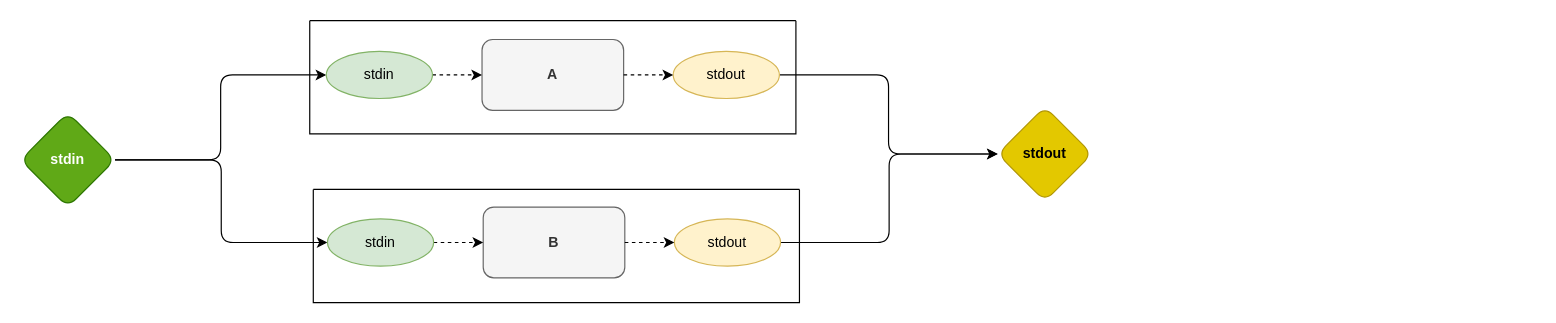
This is example.drawio from z64/odin0d, a draw.io file, before an edit. Source tidied: cells renumbered, new cells numbered last; positions are measured from the earlier drawing's top-left corner, leaving out a move shared by most shapes. Both pictures are drawn from the tidied source at 118%, with x=0, y=0 at pixel (20, 20).
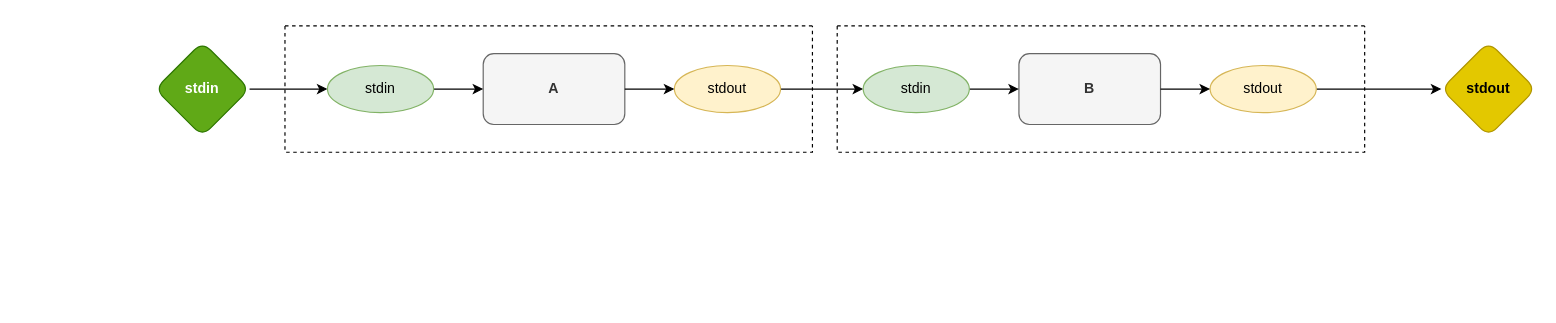
After the change.

The edit, as a diff of the source:
```diff
@@
 <mxGraphModel>
   <root>
     <mxCell id="0" />
     <mxCell id="1" parent="0" />
     <mxCell id="2" style="edgeStyle=orthogonalEdgeStyle;rounded=1;jettySize=auto;html=1;exitX=1;exitY=0.5;exitDx=0;exitDy=0;entryX=0;entryY=0.5;entryDx=0;entryDy=0;" parent="1" edge="1" source="4" target="11">
       <mxGeometry relative="1" as="geometry" />
     </mxCell>
-    <mxCell id="3" style="edgeStyle=orthogonalEdgeStyle;rounded=1;jettySize=auto;html=1;exitX=1;exitY=0.5;exitDx=0;exitDy=0;entryX=0;entryY=0.5;entryDx=0;entryDy=0;" parent="1" edge="1" source="4" target="17">
-      <mxGeometry relative="1" as="geometry" />
-    </mxCell>
-    <mxCell id="4" value="stdin" style="rhombus;whiteSpace=wrap;html=1;rounded=1;fillColor=#60a917;strokeColor=#2D7600;fontStyle=1;fontColor=#ffffff;" parent="1" vertex="1">
-      <mxGeometry y="78" width="80" height="80" as="geometry" />
+    <mxCell id="4" value="stdin" style="rhombus;whiteSpace=wrap;html=1;rounded=1;fillColor=#60a917;fontColor=#ffffff;strokeColor=#2D7600;fontStyle=1;" parent="1" vertex="1">
+      <mxGeometry x="114" y="18" width="80" height="80" as="geometry" />
     </mxCell>
-    <mxCell id="5" value="stdout" style="rhombus;whiteSpace=wrap;html=1;rounded=1;fillColor=#e3c800;strokeColor=#B09500;fontStyle=1;fontColor=#000000;" parent="1" vertex="1">
-      <mxGeometry x="828" y="73" width="80" height="80" as="geometry" />
+    <mxCell id="5" value="stdout" style="rhombus;whiteSpace=wrap;html=1;rounded=1;fillColor=#e3c800;fontColor=#000000;strokeColor=#B09500;fontStyle=1;" parent="1" vertex="1">
+      <mxGeometry x="1204" y="18" width="80" height="80" as="geometry" />
     </mxCell>
-    <mxCell id="6" style="edgeStyle=orthogonalEdgeStyle;rounded=1;jettySize=auto;html=1;exitX=1;exitY=0.5;exitDx=0;exitDy=0;entryX=0;entryY=0.5;entryDx=0;entryDy=0;" parent="1" edge="1" source="12" target="5">
-      <mxGeometry relative="1" as="geometry" />
-    </mxCell>
+    <mxCell id="20" style="edgeStyle=orthogonalEdgeStyle;rounded=1;jettySize=auto;html=1;exitX=1;exitY=0.5;exitDx=0;exitDy=0;" parent="1" edge="1" source="12" target="17">
+      <mxGeometry relative="1" as="geometry" />
+    </mxCell>
     <mxCell id="7" style="edgeStyle=orthogonalEdgeStyle;rounded=1;jettySize=auto;html=1;exitX=1;exitY=0.5;exitDx=0;exitDy=0;entryX=0;entryY=0.5;entryDx=0;entryDy=0;" parent="1" edge="1" source="18" target="5">
       <mxGeometry relative="1" as="geometry" />
     </mxCell>
-    <mxCell id="8" style="swimlane;startSize=0;" parent="1" vertex="1">
-      <mxGeometry x="245" width="412" height="96" as="geometry" />
-    </mxCell>
+    <mxCell id="21" style="swimlane;startSize=0;dashed=1;" parent="1" vertex="1">
+      <mxGeometry x="224" y="4.5" width="447" height="107" as="geometry" />
+    </mxCell>
-    <mxCell id="9" value="A" style="rounded=1;whiteSpace=wrap;html=1;fillColor=#f5f5f5;strokeColor=#666666;fontColor=#333333;fontStyle=1;" parent="8" vertex="1">
-      <mxGeometry x="146" y="16" width="120" height="60" as="geometry" />
+    <mxCell id="9" value="A" style="rounded=1;whiteSpace=wrap;html=1;fillColor=#f5f5f5;strokeColor=#666666;fontColor=#333333;fontStyle=1;" parent="21" vertex="1">
+      <mxGeometry x="168" y="23.5" width="120" height="60" as="geometry" />
     </mxCell>
-    <mxCell id="10" style="edgeStyle=orthogonalEdgeStyle;rounded=1;jettySize=auto;html=1;exitX=1;exitY=0.5;exitDx=0;exitDy=0;entryX=0;entryY=0.5;entryDx=0;entryDy=0;endArrow=classic;endFill=1;dashed=1;" parent="8" edge="1" source="11" target="9">
+    <mxCell id="10" style="edgeStyle=orthogonalEdgeStyle;rounded=1;jettySize=auto;html=1;exitX=1;exitY=0.5;exitDx=0;exitDy=0;entryX=0;entryY=0.5;entryDx=0;entryDy=0;endArrow=classic;endFill=1;" parent="21" edge="1" source="11" target="9">
       <mxGeometry relative="1" as="geometry" />
     </mxCell>
-    <mxCell id="11" value="stdin" style="ellipse;whiteSpace=wrap;html=1;rounded=1;fillColor=#d5e8d4;strokeColor=#82b366;" parent="8" vertex="1">
-      <mxGeometry x="14" y="26" width="90" height="40" as="geometry" />
+    <mxCell id="11" value="stdin" style="ellipse;whiteSpace=wrap;html=1;rounded=1;fillColor=#d5e8d4;strokeColor=#82b366;" parent="21" vertex="1">
+      <mxGeometry x="36" y="33.5" width="90" height="40" as="geometry" />
     </mxCell>
-    <mxCell id="12" value="stdout" style="ellipse;whiteSpace=wrap;html=1;rounded=1;fillColor=#fff2cc;strokeColor=#d6b656;" parent="8" vertex="1">
-      <mxGeometry x="308" y="26" width="90" height="40" as="geometry" />
+    <mxCell id="12" value="stdout" style="ellipse;whiteSpace=wrap;html=1;rounded=1;fillColor=#fff2cc;strokeColor=#d6b656;" parent="21" vertex="1">
+      <mxGeometry x="330" y="33.5" width="90" height="40" as="geometry" />
     </mxCell>
-    <mxCell id="13" style="edgeStyle=orthogonalEdgeStyle;rounded=1;jettySize=auto;html=1;exitX=1;exitY=0.5;exitDx=0;exitDy=0;endArrow=classic;endFill=1;dashed=1;" parent="8" edge="1" source="9" target="12">
+    <mxCell id="13" style="edgeStyle=orthogonalEdgeStyle;rounded=1;jettySize=auto;html=1;exitX=1;exitY=0.5;exitDx=0;exitDy=0;endArrow=classic;endFill=1;" parent="21" edge="1" source="9" target="12">
       <mxGeometry relative="1" as="geometry" />
     </mxCell>
-    <mxCell id="14" style="swimlane;startSize=0;" parent="1" vertex="1">
-      <mxGeometry x="248" y="143" width="412" height="96" as="geometry" />
-    </mxCell>
+    <mxCell id="22" style="swimlane;startSize=0;dashed=1;" parent="1" vertex="1">
+      <mxGeometry x="692" y="4.5" width="447" height="107" as="geometry" />
+    </mxCell>
-    <mxCell id="15" value="B" style="rounded=1;whiteSpace=wrap;html=1;fontStyle=1;fillColor=#f5f5f5;strokeColor=#666666;fontColor=#333333;" parent="14" vertex="1">
-      <mxGeometry x="144" y="15" width="120" height="60" as="geometry" />
+    <mxCell id="15" value="B" style="rounded=1;whiteSpace=wrap;html=1;fillColor=#f5f5f5;strokeColor=#666666;fontColor=#333333;fontStyle=1;" parent="22" vertex="1">
+      <mxGeometry x="154" y="23.5" width="120" height="60" as="geometry" />
     </mxCell>
-    <mxCell id="16" style="edgeStyle=orthogonalEdgeStyle;rounded=1;jettySize=auto;html=1;exitX=1;exitY=0.5;exitDx=0;exitDy=0;entryX=0;entryY=0.5;entryDx=0;entryDy=0;endArrow=classic;endFill=1;dashed=1;" parent="14" edge="1" source="17" target="15">
+    <mxCell id="16" style="edgeStyle=orthogonalEdgeStyle;rounded=1;jettySize=auto;html=1;exitX=1;exitY=0.5;exitDx=0;exitDy=0;entryX=0;entryY=0.5;entryDx=0;entryDy=0;endArrow=classic;endFill=1;" parent="22" edge="1" source="17" target="15">
       <mxGeometry relative="1" as="geometry" />
     </mxCell>
-    <mxCell id="17" value="stdin" style="ellipse;whiteSpace=wrap;html=1;rounded=1;fillColor=#d5e8d4;strokeColor=#82b366;" parent="14" vertex="1">
-      <mxGeometry x="12" y="25" width="90" height="40" as="geometry" />
+    <mxCell id="17" value="stdin" style="ellipse;whiteSpace=wrap;html=1;rounded=1;fillColor=#d5e8d4;strokeColor=#82b366;" parent="22" vertex="1">
+      <mxGeometry x="22" y="33.5" width="90" height="40" as="geometry" />
     </mxCell>
-    <mxCell id="18" value="stdout" style="ellipse;whiteSpace=wrap;html=1;rounded=1;fillColor=#fff2cc;strokeColor=#d6b656;" parent="14" vertex="1">
-      <mxGeometry x="306" y="25" width="90" height="40" as="geometry" />
+    <mxCell id="18" value="stdout" style="ellipse;whiteSpace=wrap;html=1;rounded=1;fillColor=#fff2cc;strokeColor=#d6b656;" parent="22" vertex="1">
+      <mxGeometry x="316" y="33.5" width="90" height="40" as="geometry" />
     </mxCell>
-    <mxCell id="19" style="edgeStyle=orthogonalEdgeStyle;rounded=1;jettySize=auto;html=1;exitX=1;exitY=0.5;exitDx=0;exitDy=0;endArrow=classic;endFill=1;dashed=1;" parent="14" edge="1" source="15" target="18">
+    <mxCell id="19" style="edgeStyle=orthogonalEdgeStyle;rounded=1;jettySize=auto;html=1;exitX=1;exitY=0.5;exitDx=0;exitDy=0;endArrow=classic;endFill=1;" parent="22" edge="1" source="15" target="18">
       <mxGeometry relative="1" as="geometry" />
     </mxCell>
   </root>
 </mxGraphModel>
```
